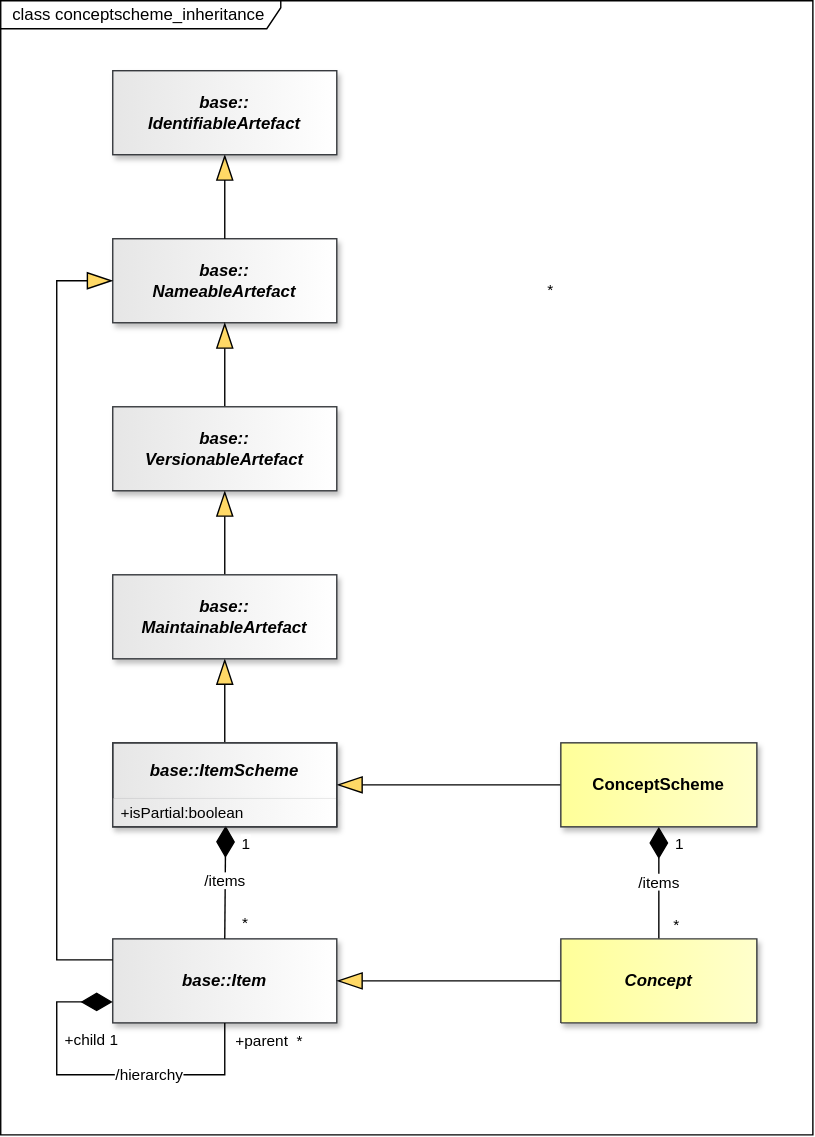
This is docs/information_model/media/sdmx_conceptscheme-conceptscheme_inheritance.svg from sdmx-twg/sdmx-im, a draw.io export, as it was before one commit. Source tidied: cells renumbered, new cells last; positions are measured from the earlier drawing's top-left corner, leaving out a move shared by most shapes.
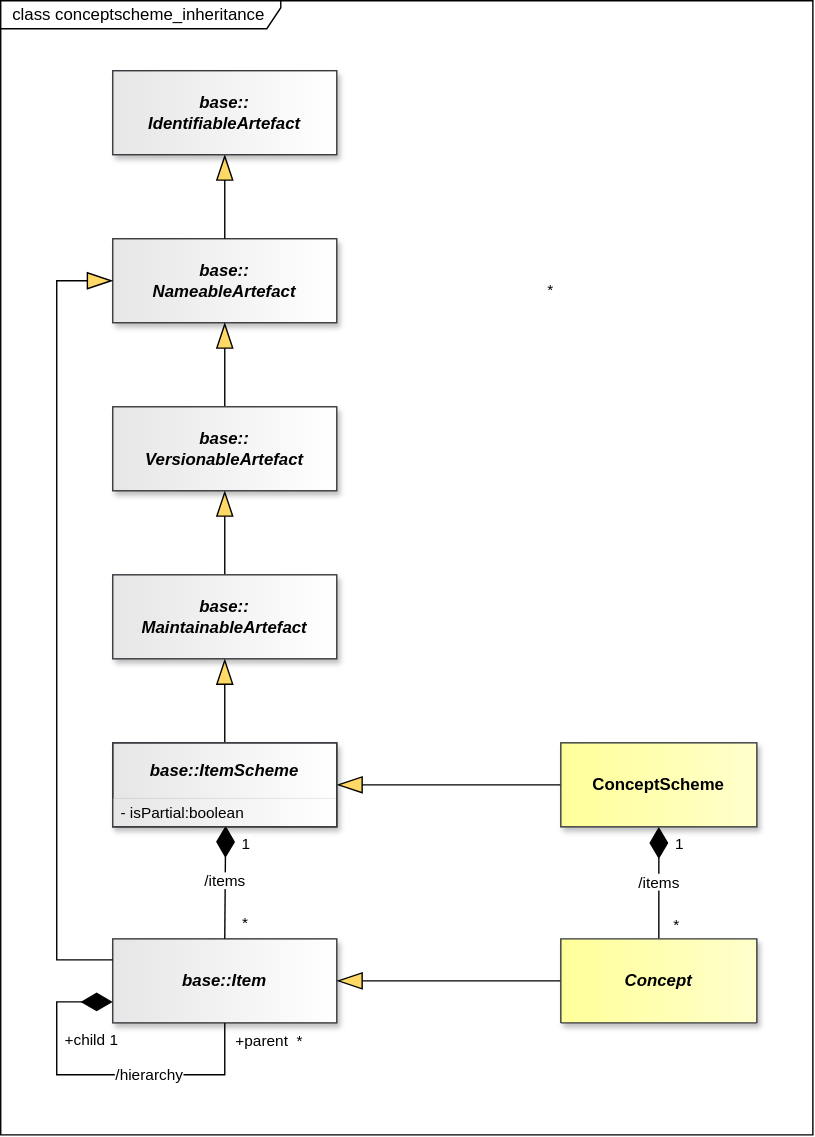
Later version of the same file.

Diff of the diagram source:
```diff
@@ -53,7 +53,7 @@
     <mxCell id="14" value="base::ItemScheme" style="swimlane;fontStyle=3;align=center;verticalAlign=middle;horizontal=1;startSize=40;whiteSpace=wrap;html=1;strokeColor=#36393d;fontFamily=Helvetica;fontSize=12;fillColor=light-dark(#E6E6E6,#E6E6E6);gradientDirection=east;gradientColor=light-dark(#FFFFFF,#FFFFFF);fontColor=light-dark(#000000,#000000);shadow=1;" parent="1" vertex="1">
       <mxGeometry x="80" y="530" width="160" height="60" as="geometry" />
     </mxCell>
-    <mxCell id="15" value="+isPartial:boolean" style="text;strokeColor=none;fillColor=light-dark(#E6E6E6,#E6E6E6);align=left;verticalAlign=middle;spacingLeft=4;spacingRight=4;overflow=hidden;points=[[0,0.5],[1,0.5]];portConstraint=eastwest;whiteSpace=wrap;html=1;fontFamily=Helvetica;fontSize=11;fontColor=light-dark(#000000,#000000);fontStyle=0;gradientColor=light-dark(#FFFFFF,#FFFFFF);gradientDirection=east;shadow=1;" parent="14" vertex="1">
+    <mxCell id="15" value="- isPartial:boolean" style="text;strokeColor=none;fillColor=light-dark(#E6E6E6,#E6E6E6);align=left;verticalAlign=middle;spacingLeft=4;spacingRight=4;overflow=hidden;points=[[0,0.5],[1,0.5]];portConstraint=eastwest;whiteSpace=wrap;html=1;fontFamily=Helvetica;fontSize=11;fontColor=light-dark(#000000,#000000);fontStyle=0;gradientColor=light-dark(#FFFFFF,#FFFFFF);gradientDirection=east;shadow=1;" parent="14" vertex="1">
       <mxGeometry y="40" width="160" height="20" as="geometry" />
     </mxCell>
     <mxCell id="16" style="endArrow=blockThin;endSize=16;endFill=1;html=1;rounded=0;exitX=0;exitY=0.5;exitDx=0;exitDy=0;startFill=0;endFillColor=light-dark(#FFD966,#FFD966);strokeColor=light-dark(#000000,#FFFFFF);startFillColor=light-dark(#000000,#FFFFFF);labelBackgroundColor=none;labelBorderColor=light-dark(#000000,#FFFFFF);entryX=1;entryY=0.5;entryDx=0;entryDy=0;" parent="1" edge="1" source="23" target="14">
```
